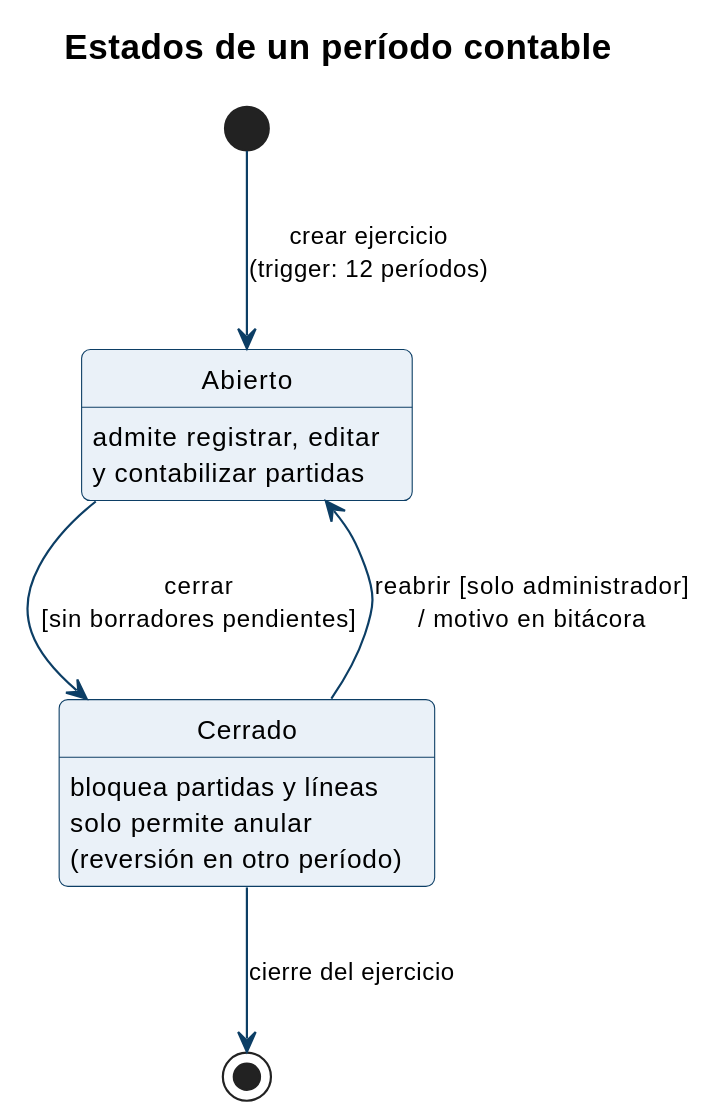
Before: docs/04-arquitectura/diagramas/est-02-periodo.svg, a diagram exported from PlantUML (Carlos-Gnd/UNIVO-Sistema-Contable). Its source is kept beside it as docs/04-arquitectura/diagramas/est-02-periodo.puml.
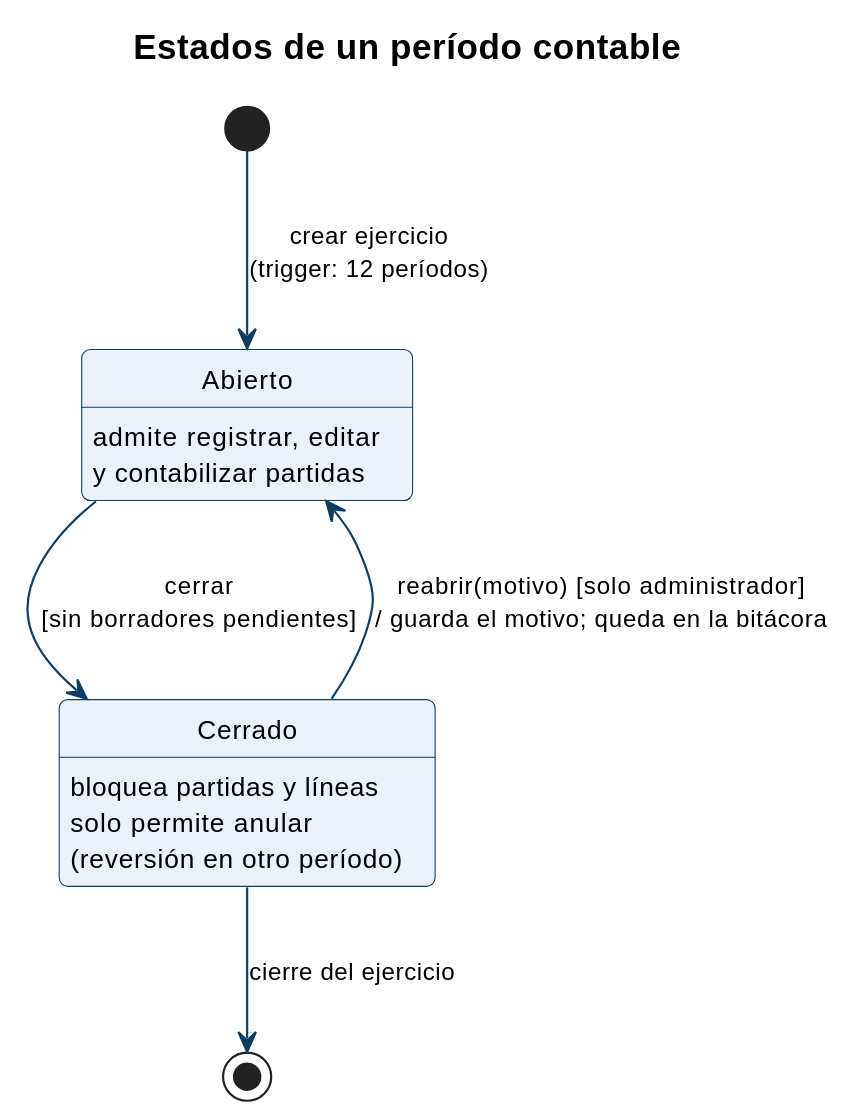
The same diagram one commit later.

Commit message:
docs: despliegue por integración Git de Vercel y Render, migraciones manuales y motivo de reapertura (revisión del PR #182)

Change to the diagram source:
```diff
@@ -6,6 +6,6 @@
 Abierto --> Cerrado : cerrar\n[sin borradores pendientes]
 Cerrado : bloquea partidas y líneas
 Cerrado : solo permite anular\n(reversión en otro período)
-Cerrado --> Abierto : reabrir [solo administrador]\n/ motivo en bitácora
+Cerrado --> Abierto : reabrir(motivo) [solo administrador]\n/ guarda el motivo; queda en la bitácora
 Cerrado --> [*] : cierre del ejercicio
 @enduml
```
